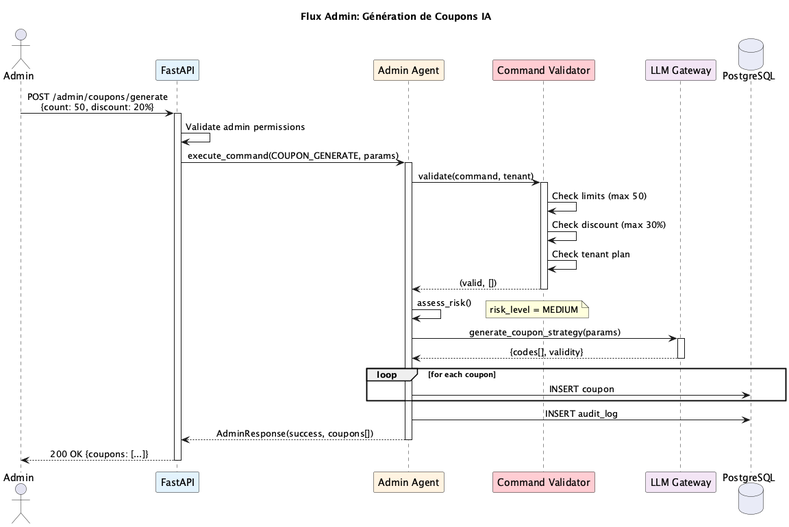
Above: docs/diagrams/Sequence_Admin_Coupon.png in WnOussama/ecommerce-ai-platform (PlantUML), before the change. Its diagram source:
```plantuml
@startuml Sequence_Admin_Coupon

skinparam sequenceMessageAlign center
title Flux Admin: Génération de Coupons IA

actor "Admin" as Admin
participant "FastAPI" as API #E3F2FD
participant "Admin Agent" as Agent #FFF3E0
participant "Command Validator" as Validator #FFCDD2
participant "LLM Gateway" as LLM #F3E5F5
database "PostgreSQL" as DB #E8EAF6

Admin -> API : POST /admin/coupons/generate\n{count: 50, discount: 20%}
activate API

API -> API : Validate admin permissions

API -> Agent : execute_command(COUPON_GENERATE, params)
activate Agent

Agent -> Validator : validate(command, tenant)
activate Validator
Validator -> Validator : Check limits (max 50)
Validator -> Validator : Check discount (max 30%)
Validator -> Validator : Check tenant plan
Validator --> Agent : (valid, [])
deactivate Validator

Agent -> Agent : assess_risk()
note right: risk_level = MEDIUM

Agent -> LLM : generate_coupon_strategy(params)
activate LLM
LLM --> Agent : {codes[], validity}
deactivate LLM

loop for each coupon
    Agent -> DB : INSERT coupon
end

Agent -> DB : INSERT audit_log

Agent --> API : AdminResponse(success, coupons[])
deactivate Agent

API --> Admin : 200 OK {coupons: [...]}
deactivate API

@enduml
```
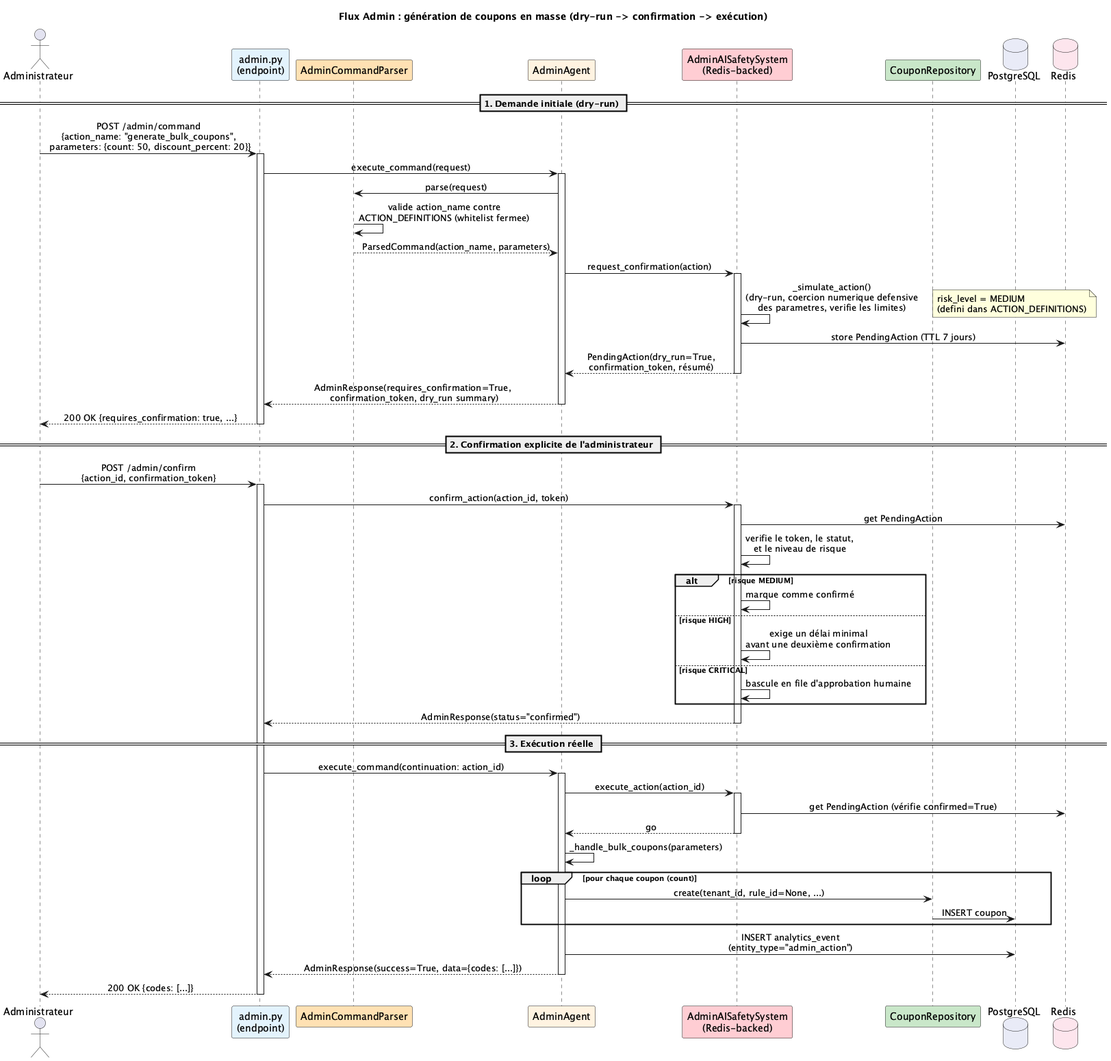
The same file after the commit.

Change to the diagram source:
```diff
@@ -1,49 +1,80 @@
 @startuml Sequence_Admin_Coupon
 
 skinparam sequenceMessageAlign center
-title Flux Admin: Génération de Coupons IA
+title Flux Admin : génération de coupons en masse (dry-run -> confirmation -> exécution)
 
-actor "Admin" as Admin
-participant "FastAPI" as API #E3F2FD
-participant "Admin Agent" as Agent #FFF3E0
-participant "Command Validator" as Validator #FFCDD2
-participant "LLM Gateway" as LLM #F3E5F5
+actor "Administrateur" as Admin
+participant "admin.py\n(endpoint)" as API #E3F2FD
+participant "AdminCommandParser" as Parser #FFE0B2
+participant "AdminAgent" as Agent #FFF3E0
+participant "AdminAISafetySystem\n(Redis-backed)" as Safety #FFCDD2
+participant "CouponRepository" as Coupons #C8E6C9
 database "PostgreSQL" as DB #E8EAF6
+database "Redis" as Cache #FCE4EC
 
-Admin -> API : POST /admin/coupons/generate\n{count: 50, discount: 20%}
+== 1. Demande initiale (dry-run) ==
+
+Admin -> API : POST /admin/command\n{action_name: "generate_bulk_coupons",\n parameters: {count: 50, discount_percent: 20}}
 activate API
 
-API -> API : Validate admin permissions
-
-API -> Agent : execute_command(COUPON_GENERATE, params)
+API -> Agent : execute_command(request)
 activate Agent
 
-Agent -> Validator : validate(command, tenant)
-activate Validator
-Validator -> Validator : Check limits (max 50)
-Validator -> Validator : Check discount (max 30%)
-Validator -> Validator : Check tenant plan
-Validator --> Agent : (valid, [])
-deactivate Validator
+Agent -> Parser : parse(request)
+Parser -> Parser : valide action_name contre\nACTION_DEFINITIONS (whitelist fermee)
+Parser --> Agent : ParsedCommand(action_name, parameters)
 
-Agent -> Agent : assess_risk()
-note right: risk_level = MEDIUM
+Agent -> Safety : request_confirmation(action)
+activate Safety
+Safety -> Safety : _simulate_action()\n(dry-run, coercion numerique defensive\ndes parametres, verifie les limites)
+note right: risk_level = MEDIUM\n(defini dans ACTION_DEFINITIONS)
+Safety -> Cache : store PendingAction (TTL 7 jours)
+Safety --> Agent : PendingAction(dry_run=True,\nconfirmation_token, résumé)
+deactivate Safety
 
-Agent -> LLM : generate_coupon_strategy(params)
-activate LLM
-LLM --> Agent : {codes[], validity}
-deactivate LLM
+Agent --> API : AdminResponse(requires_confirmation=True,\n confirmation_token, dry_run summary)
+deactivate Agent
+API --> Admin : 200 OK {requires_confirmation: true, ...}
+deactivate API
 
-loop for each coupon
-    Agent -> DB : INSERT coupon
+== 2. Confirmation explicite de l'administrateur ==
+
+Admin -> API : POST /admin/confirm\n{action_id, confirmation_token}
+activate API
+API -> Safety : confirm_action(action_id, token)
+activate Safety
+Safety -> Cache : get PendingAction
+Safety -> Safety : verifie le token, le statut,\net le niveau de risque
+alt risque MEDIUM
+    Safety -> Safety : marque comme confirmé
+else risque HIGH
+    Safety -> Safety : exige un délai minimal\navant une deuxième confirmation
+else risque CRITICAL
+    Safety -> Safety : bascule en file d'approbation humaine
 end
+Safety --> API : AdminResponse(status="confirmed")
+deactivate Safety
 
-Agent -> DB : INSERT audit_log
+== 3. Exécution réelle ==
 
-Agent --> API : AdminResponse(success, coupons[])
+API -> Agent : execute_command(continuation: action_id)
+activate Agent
+Agent -> Safety : execute_action(action_id)
+activate Safety
+Safety -> Cache : get PendingAction (vérifie confirmed=True)
+Safety --> Agent : go
+deactivate Safety
+
+Agent -> Agent : _handle_bulk_coupons(parameters)
+loop pour chaque coupon (count)
+    Agent -> Coupons : create(tenant_id, rule_id=None, ...)
+    Coupons -> DB : INSERT coupon
+end
+Agent -> DB : INSERT analytics_event\n(entity_type="admin_action")
+Agent --> API : AdminResponse(success=True, data={codes: [...]})
 deactivate Agent
 
-API --> Admin : 200 OK {coupons: [...]}
+API --> Admin : 200 OK {codes: [...]}
 deactivate API
 
 @enduml
```
